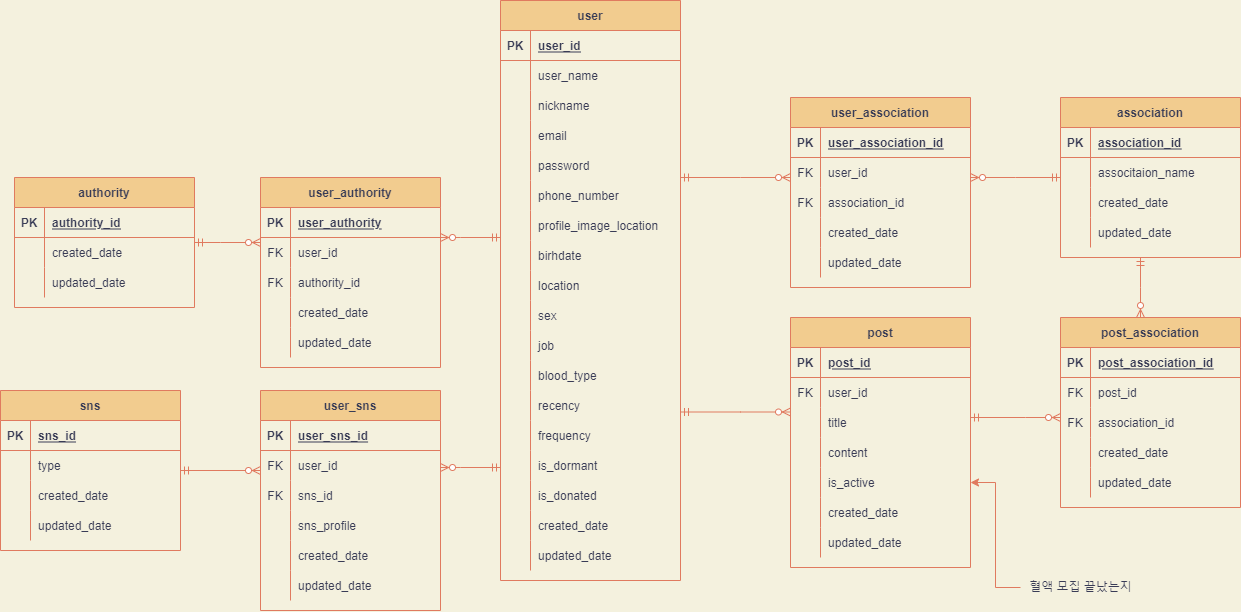
This is Untitled Diagram.drawio.png from CYC0227/lab, a draw.io export, as it was before one commit. Source tidied: cells renumbered, new cells last; positions are measured from the earlier drawing's top-left corner, leaving out a move shared by most shapes.
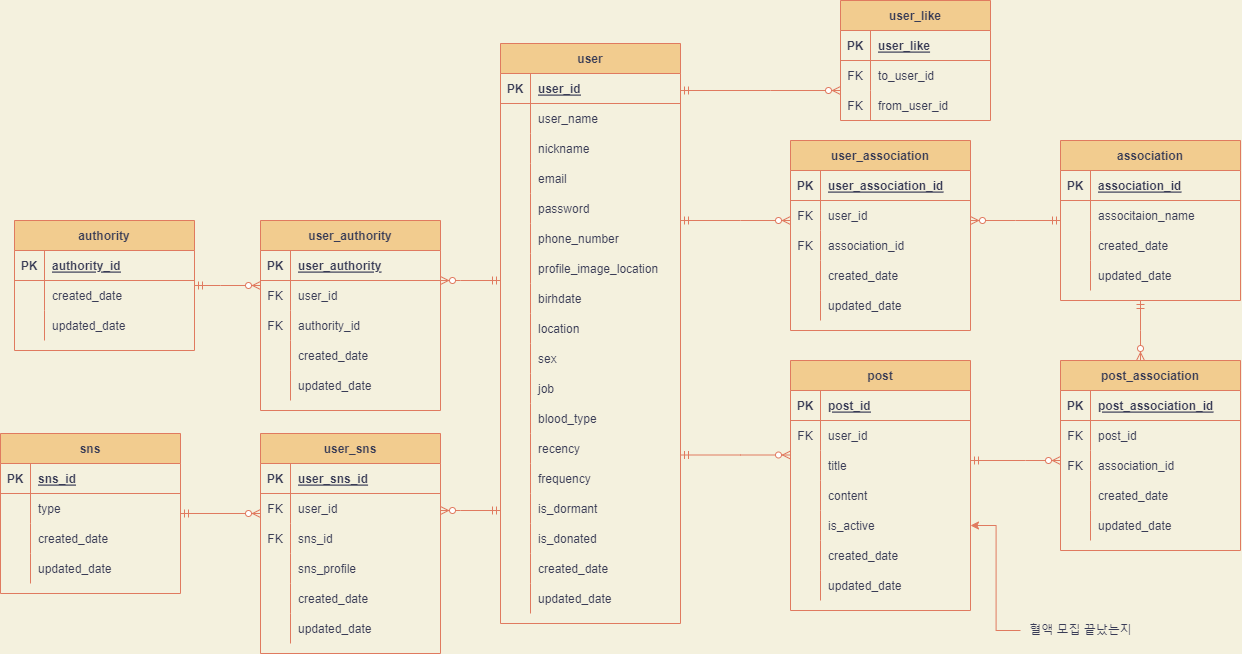
Above is the later version.

Change to the diagram source:
```diff
@@ -627,5 +627,43 @@
         </Array>
       </mxGeometry>
     </mxCell>
+    <mxCell id="193" style="fontSize=12;html=1;endArrow=ERzeroToMany;startArrow=ERmandOne;rounded=0;edgeStyle=elbowEdgeStyle;strokeColor=#E07A5F;fontColor=#393C56;labelBackgroundColor=#F4F1DE;" parent="1" edge="1" source="2" target="194">
+      <mxGeometry relative="1" as="geometry">
+        <Array as="points">
+          <mxPoint x="770" y="47" />
+          <mxPoint x="750" y="62" />
+        </Array>
+      </mxGeometry>
+    </mxCell>
+    <mxCell id="194" value="user_like" style="shape=table;startSize=30;rowLines=0;fontStyle=1;align=center;fillColor=#F2CC8F;strokeColor=#E07A5F;fontColor=#393C56;" parent="1" vertex="1">
+      <mxGeometry x="840" y="-43" width="150" height="120" as="geometry" />
+    </mxCell>
+    <mxCell id="195" style="shape=partialRectangle;fillColor=none;top=0;left=0;bottom=1;right=0;strokeColor=#E07A5F;fontColor=#393C56;" parent="194" vertex="1">
+      <mxGeometry y="30" width="150" height="30" as="geometry" />
+    </mxCell>
+    <mxCell id="196" value="PK" style="shape=partialRectangle;fillColor=none;top=0;left=0;bottom=0;right=0;fontStyle=1;overflow=hidden;strokeColor=#E07A5F;fontColor=#393C56;" parent="195" vertex="1">
+      <mxGeometry width="30" height="30" as="geometry" />
+    </mxCell>
+    <mxCell id="197" value="user_like" style="shape=partialRectangle;fillColor=none;top=0;left=0;bottom=0;right=0;align=left;spacingLeft=6;fontStyle=5;overflow=hidden;strokeColor=#E07A5F;fontColor=#393C56;" parent="195" vertex="1">
+      <mxGeometry x="30" width="120" height="30" as="geometry" />
+    </mxCell>
+    <mxCell id="198" style="shape=partialRectangle;fillColor=none;top=0;left=0;bottom=0;right=0;strokeColor=#E07A5F;fontColor=#393C56;" parent="194" vertex="1">
+      <mxGeometry y="60" width="150" height="30" as="geometry" />
+    </mxCell>
+    <mxCell id="199" value="FK" style="shape=partialRectangle;fillColor=none;top=0;left=0;bottom=0;right=0;overflow=hidden;strokeColor=#E07A5F;fontColor=#393C56;" parent="198" vertex="1">
+      <mxGeometry width="30" height="30" as="geometry" />
+    </mxCell>
+    <mxCell id="200" value="to_user_id" style="shape=partialRectangle;fillColor=none;top=0;left=0;bottom=0;right=0;align=left;spacingLeft=6;overflow=hidden;strokeColor=#E07A5F;fontColor=#393C56;" parent="198" vertex="1">
+      <mxGeometry x="30" width="120" height="30" as="geometry" />
+    </mxCell>
+    <mxCell id="201" style="shape=partialRectangle;fillColor=none;top=0;left=0;bottom=0;right=0;strokeColor=#E07A5F;fontColor=#393C56;" parent="194" vertex="1">
+      <mxGeometry y="90" width="150" height="30" as="geometry" />
+    </mxCell>
+    <mxCell id="202" value="FK" style="shape=partialRectangle;fillColor=none;top=0;left=0;bottom=0;right=0;overflow=hidden;strokeColor=#E07A5F;fontColor=#393C56;" parent="201" vertex="1">
+      <mxGeometry width="30" height="30" as="geometry" />
+    </mxCell>
+    <mxCell id="203" value="from_user_id" style="shape=partialRectangle;fillColor=none;top=0;left=0;bottom=0;right=0;align=left;spacingLeft=6;overflow=hidden;strokeColor=#E07A5F;fontColor=#393C56;" parent="201" vertex="1">
+      <mxGeometry x="30" width="120" height="30" as="geometry" />
+    </mxCell>
   </root>
 </mxGraphModel>
```
